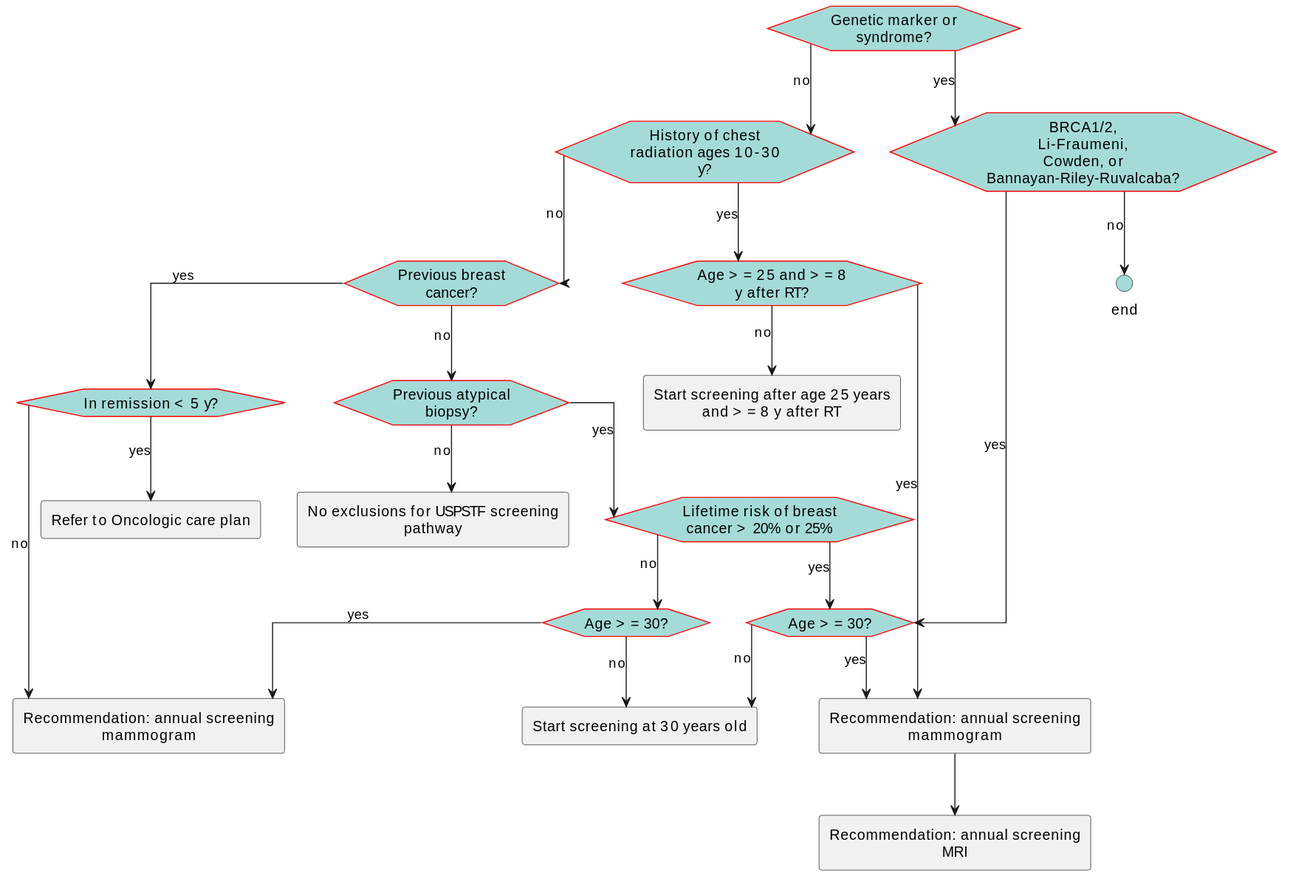
This is images/flow-HighRiskExclusions.svg from ccsm-cds-tools/CDC-Breast-Cancer-Screening-CDS-L2, a PlantUML export, as it was before one commit.
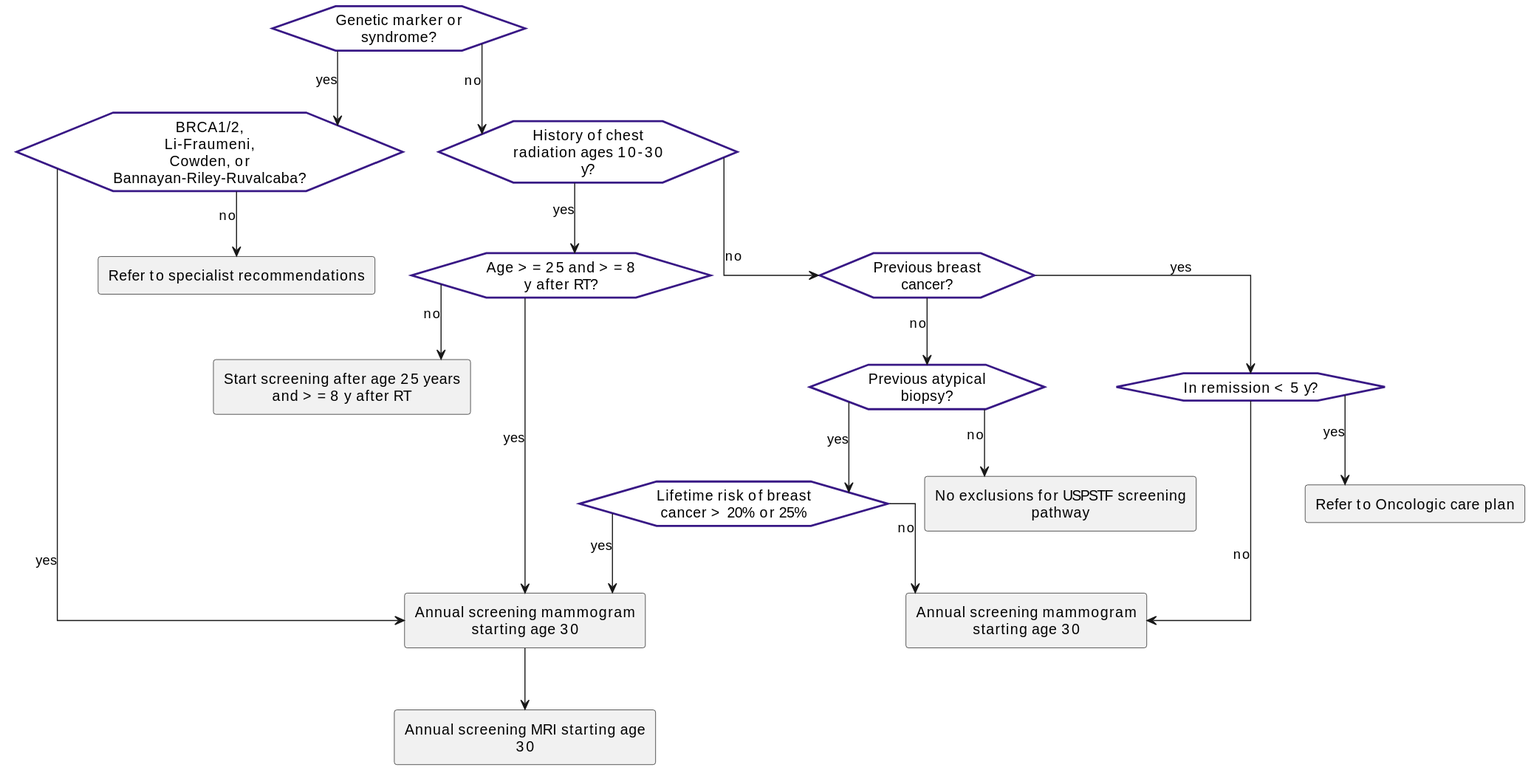
After the change.

Change to the diagram source:
```diff
@@ -3,18 +3,15 @@
 skinparam linetype ortho
 <style>
 hexagon {
-    MaximumWidth: 150
-    BackGroundColor: A4DBD8
-    LineThickness: 1
-    LineColor: red
-    HorizontalAlignment: center
+    MaximumWidth: 150;
+    BackGroundColor: white ;
+    LineThickness: 2;
+    LineColor: #381885;
+    HorizontalAlignment: center;
 }
 rectangle {
-    MaximumWidth: 250
-    HorizontalAlignment: center
-}
-.end {
-    BackGroundColor: #A4DBD8
+    MaximumWidth: 250;
+    HorizontalAlignment: center;
 }
 </style>
 hexagon "Genetic marker or syndrome?" as eve_geneticrisk [[#eve-geneticrisk]]
@@ -25,19 +22,16 @@
 hexagon "In remission < 5 y?" as eve_hxbreastcawithin5y [[#eve-hxbreastcawithin5y]]
 hexagon "Previous atypical biopsy?" as eve_atypicalbx [[#eve-atypicalbx]]
 hexagon "Lifetime risk of breast cancer > 20% or 25%" as eve_highlifetimerisk [[#eve-highlifetimerisk]]
-hexagon "Age >= 30?" as eve_ageatleast30high [[#eve-ageatleast30high]]
-rectangle "Recommendation: annual screening mammogram" as act_acshighriskmammo [[#act-acshighriskmammo]]
-hexagon "Age >= 30?" as eve_ageatleast30int [[#eve-ageatleast30int]]
-circle "end" as end_exclusions <<end>>
+rectangle "Annual screening mammogram starting age 30" as act_acshighriskmammo [[#act-acshighriskmammo]]
+rectangle "Refer to specialist recommendations" as act_othergeneticrisk [[#act-othergeneticrisk]]
 rectangle "Start screening after age 25 years and >= 8 y after RT" as act_startat25yand8yafterRT [[#act-startat25yand8yafterRT]]
-rectangle "Recommendation: annual screening mammogram" as act_acsintriskmammo [[#act-acsintriskmammo]]
+rectangle "Annual screening mammogram starting age 30" as act_acsintriskmammo [[#act-acsintriskmammo]]
 rectangle "Refer to Oncologic care plan" as act_hxbreastcawithin5y [[#act-hxbreastcawithin5y]]
-rectangle "Start screening at 30 years old" as act_startdateacsrisk [[#act-startdateacsrisk]]
-rectangle "Recommendation: annual screening MRI" as act_acshighriskmri [[#act-acshighriskmri]]
+rectangle "Annual screening MRI starting age 30" as act_acshighriskmri [[#act-acshighriskmri]]
 rectangle "No exclusions for USPSTF screening pathway" as act_noexclusions [[#act-noexclusions]]
 eve_geneticrisk-->eve_acsgeneticrisk: yes
-eve_acsgeneticrisk-->eve_ageatleast30high: yes
-eve_acsgeneticrisk-->end_exclusions: no
+eve_acsgeneticrisk-->act_acshighriskmammo: yes
+eve_acsgeneticrisk-->act_othergeneticrisk: no
 eve_chestxrt-->eve_ageatleast25and8yafterRT: yes
 eve_ageatleast25and8yafterRT-->act_acshighriskmammo: yes
 eve_ageatleast25and8yafterRT-->act_startat25yand8yafterRT: no
@@ -45,13 +39,9 @@
 eve_hxbreastcawithin5y-->act_acsintriskmammo: no
 eve_hxbreastcawithin5y-->act_hxbreastcawithin5y: yes
 eve_atypicalbx-->eve_highlifetimerisk: yes
-eve_highlifetimerisk-->eve_ageatleast30int: no
-eve_highlifetimerisk-->eve_ageatleast30high: yes
-eve_ageatleast30high-->act_acshighriskmammo: yes
-eve_ageatleast30high-->act_startdateacsrisk: no
+eve_highlifetimerisk-->act_acsintriskmammo: no
+eve_highlifetimerisk-->act_acshighriskmammo: yes
 act_acshighriskmammo-->act_acshighriskmri
-eve_ageatleast30int-->act_acsintriskmammo: yes
-eve_ageatleast30int-->act_startdateacsrisk: no
 eve_geneticrisk-->eve_chestxrt: no
 eve_chestxrt-->eve_hxbreastca: no
 eve_hxbreastca-->eve_atypicalbx: no
```
